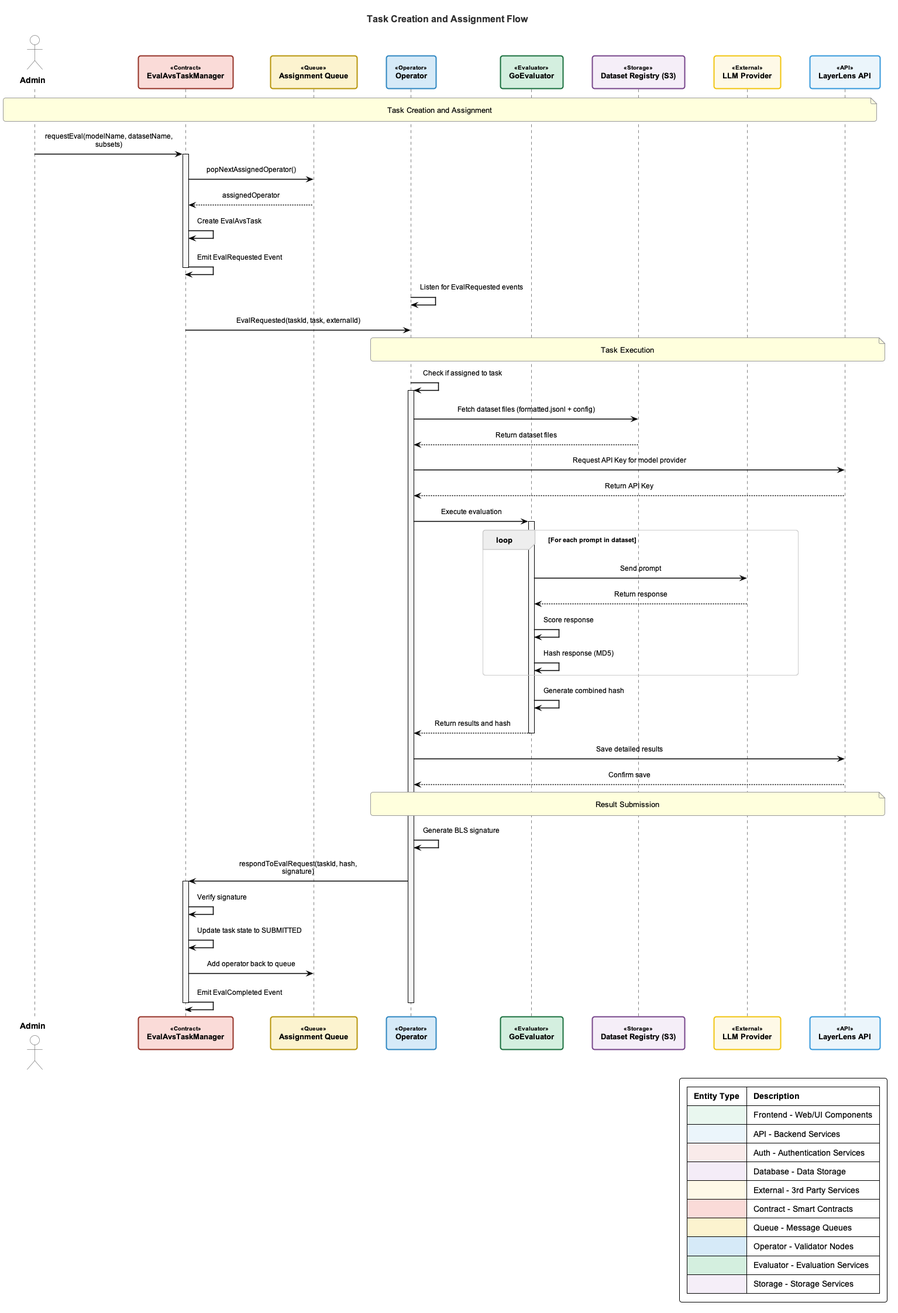
k-g-j/ll-sequence-diagrams keeps this PlantUML diagram as custom-diagrams/diagrams/avs-task-flow.png. Above is the earlier version. Its diagram source:
```plantuml
@startuml avs-task-flow

!include common-style.puml

skinparam linetype ortho
skinparam ParticipantPadding 20
skinparam SequenceBoxPadding 10
skinparam ArrowThickness 1.5

title Task Creation and Assignment Flow

actor Admin
participant "EvalAvsTaskManager" as TaskManager <<Contract>>
participant "Assignment Queue" as Queue <<Queue>>
participant "Operator" as Operator <<Operator>>
participant "GoEvaluator" as GoEvaluator <<Evaluator>>
participant "Dataset Registry (S3)" as S3 <<Storage>>
participant "LLM Provider" as LLM <<External>>
participant "LayerLens API" as API <<API>>

note over Admin, API: Task Creation and Assignment

Admin -> TaskManager: requestEval(modelName, datasetName, subsets)
activate TaskManager
TaskManager -> Queue: popNextAssignedOperator()
Queue --> TaskManager: assignedOperator
TaskManager -> TaskManager: Create EvalAvsTask
TaskManager -> TaskManager: Emit EvalRequested Event
deactivate TaskManager

Operator -> Operator: Listen for EvalRequested events
TaskManager -> Operator: EvalRequested(taskId, task, externalId)

note over Operator, API: Task Execution

Operator -> Operator: Check if assigned to task
activate Operator
Operator -> S3: Fetch dataset files (formatted.jsonl + config)
S3 --> Operator: Return dataset files
Operator -> API: Request API Key for model provider
API --> Operator: Return API Key
Operator -> GoEvaluator: Execute evaluation

activate GoEvaluator
loop For each prompt in dataset
    GoEvaluator -> LLM: Send prompt
    LLM --> GoEvaluator: Return response
    GoEvaluator -> GoEvaluator: Score response
    GoEvaluator -> GoEvaluator: Hash response (MD5)
end
GoEvaluator -> GoEvaluator: Generate combined hash
GoEvaluator --> Operator: Return results and hash
deactivate GoEvaluator

Operator -> API: Save detailed results
API --> Operator: Confirm save

note over Operator, API: Result Submission

Operator -> Operator: Generate BLS signature
Operator -> TaskManager: respondToEvalRequest(taskId, hash, signature)
activate TaskManager
TaskManager -> TaskManager: Verify signature
TaskManager -> TaskManager: Update task state to SUBMITTED
TaskManager -> Queue: Add operator back to queue
TaskManager -> TaskManager: Emit EvalCompleted Event
deactivate TaskManager
deactivate Operator
@enduml
```
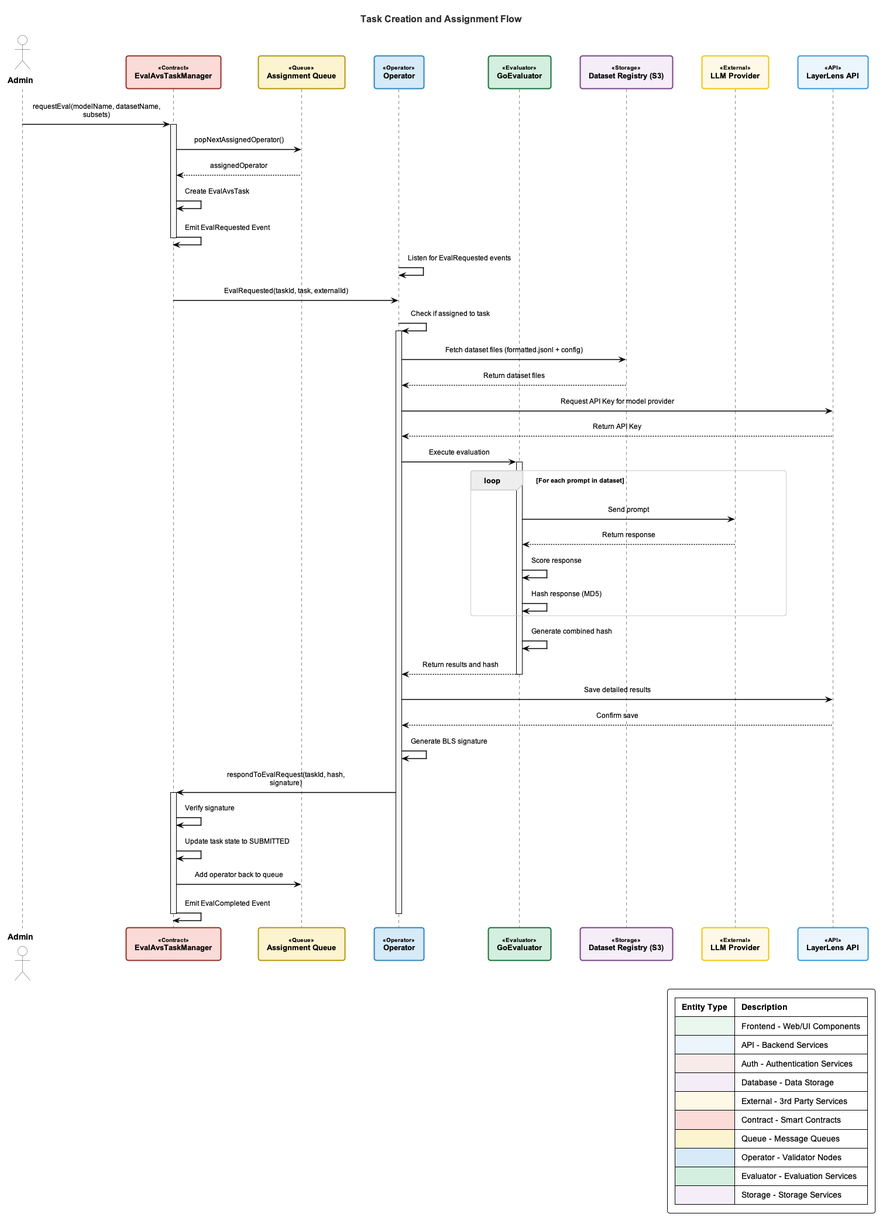
Above is the later version.

Change to the diagram source:
```diff
@@ -18,7 +18,6 @@
 participant "LLM Provider" as LLM <<External>>
 participant "LayerLens API" as API <<API>>
 
-note over Admin, API: Task Creation and Assignment
 
 Admin -> TaskManager: requestEval(modelName, datasetName, subsets)
 activate TaskManager
@@ -31,7 +30,6 @@
 Operator -> Operator: Listen for EvalRequested events
 TaskManager -> Operator: EvalRequested(taskId, task, externalId)
 
-note over Operator, API: Task Execution
 
 Operator -> Operator: Check if assigned to task
 activate Operator
@@ -55,7 +53,6 @@
 Operator -> API: Save detailed results
 API --> Operator: Confirm save
 
-note over Operator, API: Result Submission
 
 Operator -> Operator: Generate BLS signature
 Operator -> TaskManager: respondToEvalRequest(taskId, hash, signature)
```
